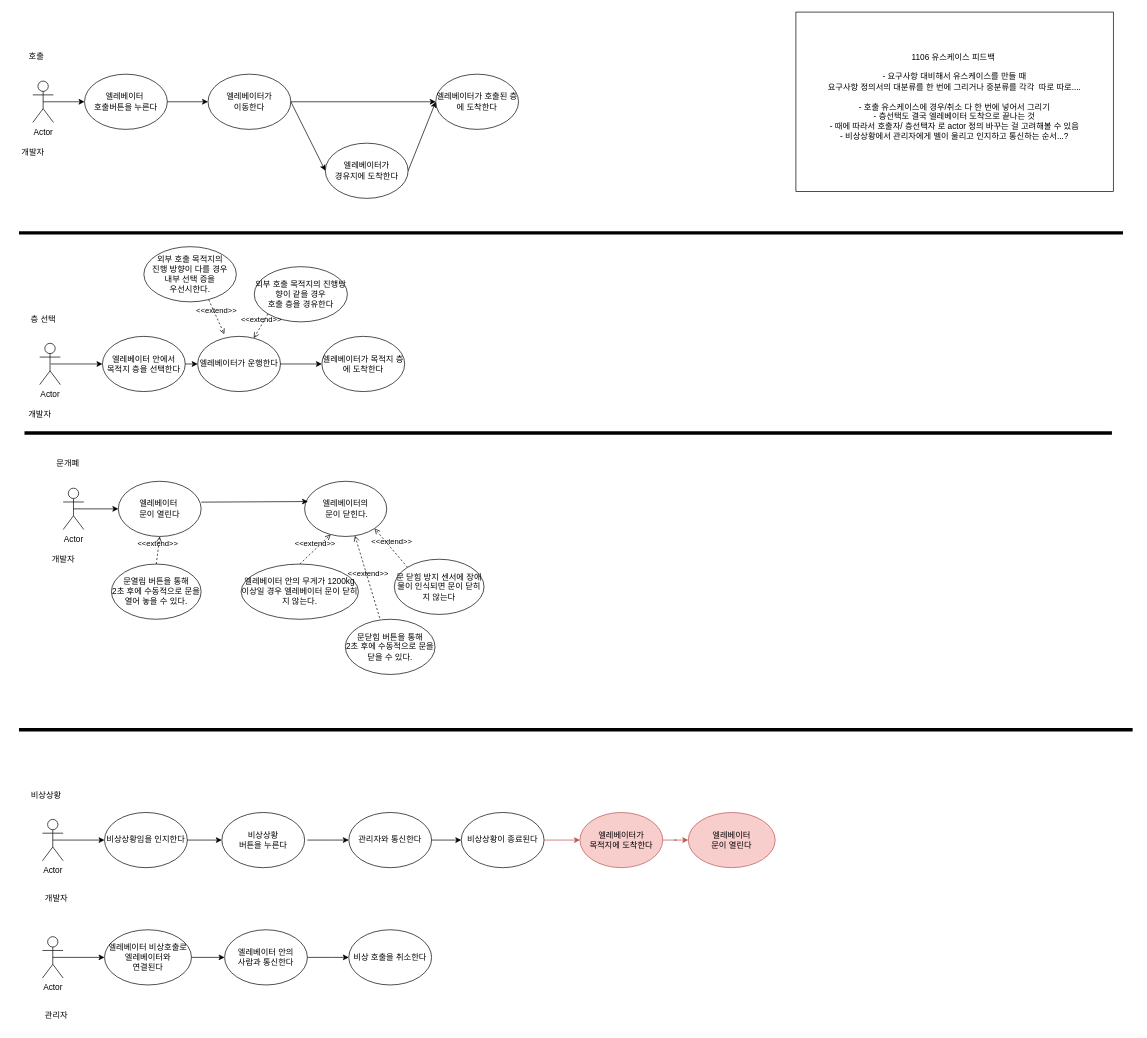
doit0/usecase-diagram keeps this draw.io diagram as page "페이지-3" (2 of 3) of 엘레베이터 유스케이스 그리기 (1102_2).drawio. Above is the earlier version. Source tidied: cells renumbered, new cells numbered last; positions are measured from the earlier drawing's top-left corner, leaving out a move shared by most shapes. Both pictures are drawn from the tidied source at 69%, with x=0, y=0 at pixel (12, 12).
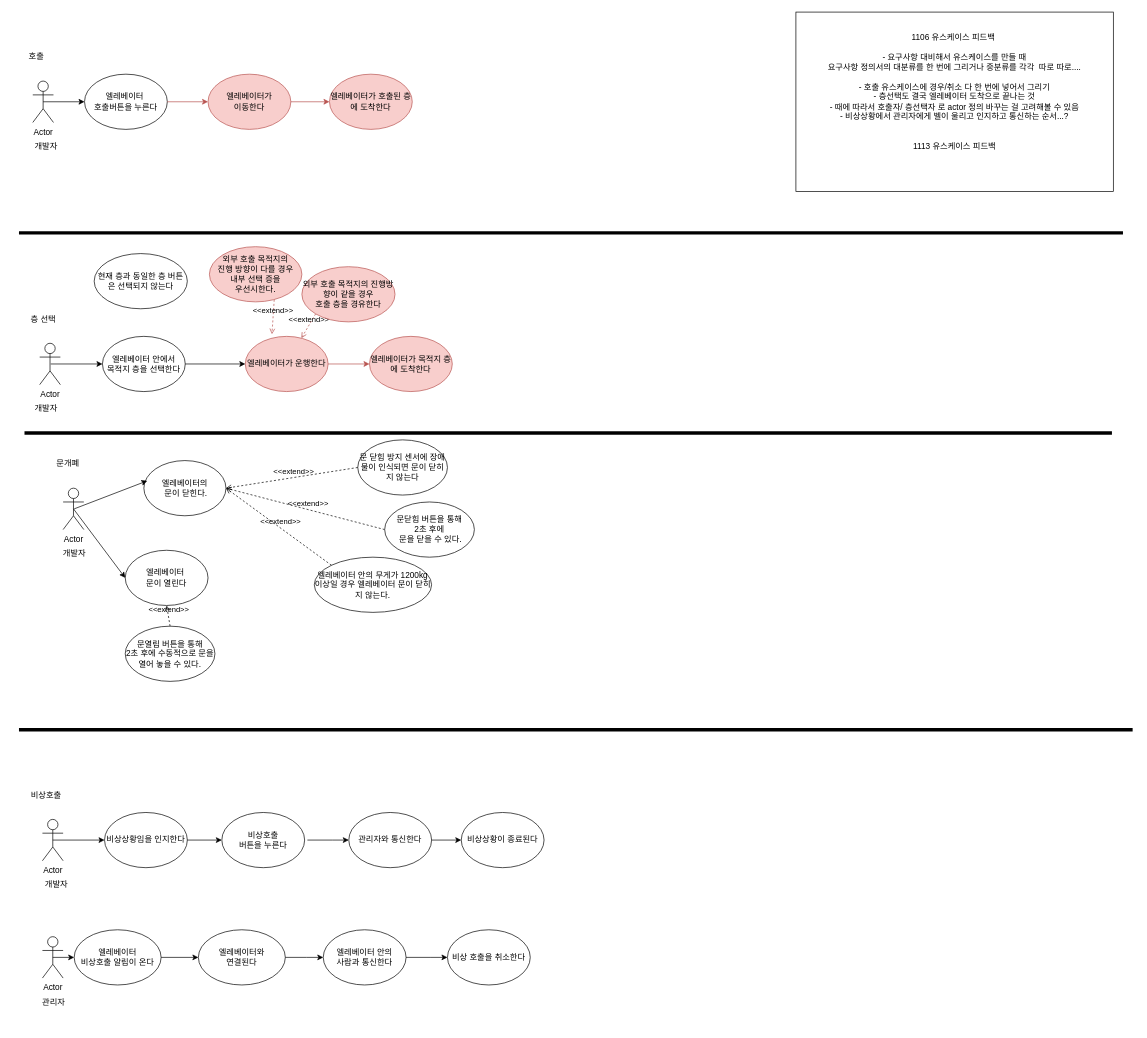
Above is the later version.

Commit message:
엘레베이터 유스케이스 그리기 (1102_2).drawio 업데이트

The change refers to these unchanged cells:
```xml
<mxCell id="14" value="엘레베이터&amp;nbsp;&lt;br&gt;호출버튼을 누른다" style="ellipse;whiteSpace=wrap;html=1;" parent="1" vertex="1">
  <mxGeometry x="105" y="90" width="120" height="80" as="geometry" />
</mxCell>
<mxCell id="20" value="엘레베이터 안에서&lt;br&gt;목적지 층을 선택한다" style="ellipse;whiteSpace=wrap;html=1;" parent="1" vertex="1">
  <mxGeometry x="131" y="470" width="120" height="80" as="geometry" />
</mxCell>
<mxCell id="44" value="Actor" style="shape=umlActor;verticalLabelPosition=bottom;verticalAlign=top;html=1;outlineConnect=0;" parent="1" vertex="1">
  <mxGeometry x="44" y="1340" width="30" height="60" as="geometry" />
</mxCell>
<mxCell id="60" value="비상상황이 종료된다" style="ellipse;whiteSpace=wrap;html=1;" parent="1" vertex="1">
  <mxGeometry x="651" y="1160" width="120" height="80" as="geometry" />
</mxCell>
```

Change to the diagram source:
```diff
@@
-    <mxCell id="3" value="비상상황" style="text;html=1;align=center;verticalAlign=middle;strokeColor=none;fillColor=none;" parent="1" vertex="1">
+    <mxCell id="3" value="비상호출" style="text;html=1;align=center;verticalAlign=middle;strokeColor=none;fillColor=none;" parent="1" vertex="1">
       <mxGeometry x="14" y="1120" width="70" height="30" as="geometry" />
     </mxCell>
-    <mxCell id="4" value="개발자" style="text;html=1;align=center;verticalAlign=middle;strokeColor=none;fillColor=none;" parent="1" vertex="1">
-      <mxGeometry x="34" y="1270" width="60" height="30" as="geometry" />
-    </mxCell>
@@
-    <mxCell id="7" value="개발자" style="text;html=1;align=center;verticalAlign=middle;strokeColor=none;fillColor=none;" parent="1" vertex="1">
-      <mxGeometry y="188" width="60" height="30" as="geometry" />
-    </mxCell>
@@
-    <mxCell id="10" value="개발자" style="text;html=1;align=center;verticalAlign=middle;strokeColor=none;fillColor=none;" parent="1" vertex="1">
-      <mxGeometry x="10" y="568" width="60" height="30" as="geometry" />
-    </mxCell>
@@
     <mxCell id="13" value="개발자" style="text;html=1;align=center;verticalAlign=middle;strokeColor=none;fillColor=none;" parent="1" vertex="1">
-      <mxGeometry x="44" y="778" width="60" height="30" as="geometry" />
+      <mxGeometry x="60" y="770" width="60" height="30" as="geometry" />
     </mxCell>
@@
-    <mxCell id="16" value="엘레베이터가 &lt;br&gt;이동한다" style="ellipse;whiteSpace=wrap;html=1;fontStyle=0;" parent="1" vertex="1">
+    <mxCell id="16" value="엘레베이터가 &lt;br&gt;이동한다" style="ellipse;whiteSpace=wrap;html=1;fontStyle=0;fillColor=#f8cecc;strokeColor=#b85450;" parent="1" vertex="1">
       <mxGeometry x="284" y="90" width="120" height="80" as="geometry" />
     </mxCell>
-    <mxCell id="17" style="endArrow=classic;html=1;rounded=0;entryX=0;entryY=0.5;entryDx=0;entryDy=0;exitX=1;exitY=0.5;exitDx=0;exitDy=0;" parent="1" edge="1" source="14" target="16">
+    <mxCell id="17" style="endArrow=classic;html=1;rounded=0;entryX=0;entryY=0.5;entryDx=0;entryDy=0;exitX=1;exitY=0.5;exitDx=0;exitDy=0;fillColor=#f8cecc;strokeColor=#b85450;" parent="1" edge="1" source="14" target="16">
       <mxGeometry relative="1" as="geometry" />
     </mxCell>
-    <mxCell id="18" value="엘레베이터가 호출된 층에 도착한다" style="ellipse;whiteSpace=wrap;html=1;" parent="1" vertex="1">
-      <mxGeometry x="614" y="90" width="120" height="80" as="geometry" />
+    <mxCell id="18" value="엘레베이터가 호출된 층에 도착한다" style="ellipse;whiteSpace=wrap;html=1;fillColor=#f8cecc;strokeColor=#b85450;" parent="1" vertex="1">
+      <mxGeometry x="460" y="90" width="120" height="80" as="geometry" />
     </mxCell>
-    <mxCell id="19" style="endArrow=classic;html=1;rounded=0;entryX=0;entryY=0.5;entryDx=0;entryDy=0;exitX=1;exitY=0.5;exitDx=0;exitDy=0;" parent="1" edge="1" source="16" target="18">
+    <mxCell id="19" style="endArrow=classic;html=1;rounded=0;entryX=0;entryY=0.5;entryDx=0;entryDy=0;exitX=1;exitY=0.5;exitDx=0;exitDy=0;fillColor=#f8cecc;strokeColor=#b85450;" parent="1" edge="1" source="16" target="18">
       <mxGeometry relative="1" as="geometry" />
     </mxCell>
@@
     <mxCell id="22" value="엘레베이터&amp;nbsp;&lt;br&gt;문이 열린다" style="ellipse;whiteSpace=wrap;html=1;" parent="1" vertex="1">
-      <mxGeometry x="154" y="680" width="120" height="80" as="geometry" />
+      <mxGeometry x="164" y="780" width="120" height="80" as="geometry" />
     </mxCell>
@@
-    <mxCell id="26" value="엘레베이터가 운행한다" style="ellipse;whiteSpace=wrap;html=1;" parent="1" vertex="1">
-      <mxGeometry x="269" y="470" width="120" height="80" as="geometry" />
+    <mxCell id="26" value="엘레베이터가 운행한다" style="ellipse;whiteSpace=wrap;html=1;fillColor=#f8cecc;strokeColor=#b85450;" parent="1" vertex="1">
+      <mxGeometry x="338" y="470" width="120" height="80" as="geometry" />
     </mxCell>
-    <mxCell id="27" style="endArrow=classic;html=1;rounded=0;entryX=0;entryY=0.5;entryDx=0;entryDy=0;" parent="1" edge="1" source="20" target="26">
+    <mxCell id="27" style="endArrow=classic;html=1;rounded=0;entryX=0;entryY=0.5;entryDx=0;entryDy=0;exitX=1;exitY=0.5;exitDx=0;exitDy=0;" parent="1" edge="1" source="20" target="26">
       <mxGeometry relative="1" as="geometry" />
     </mxCell>
-    <mxCell id="28" value="엘레베이터가 목적지 층에 도착한다" style="ellipse;whiteSpace=wrap;html=1;" parent="1" vertex="1">
-      <mxGeometry x="449" y="470" width="120" height="80" as="geometry" />
+    <mxCell id="28" value="엘레베이터가 목적지 층에 도착한다" style="ellipse;whiteSpace=wrap;html=1;fillColor=#f8cecc;strokeColor=#b85450;" parent="1" vertex="1">
+      <mxGeometry x="518" y="470" width="120" height="80" as="geometry" />
     </mxCell>
-    <mxCell id="29" style="endArrow=classic;html=1;rounded=0;entryX=0;entryY=0.5;entryDx=0;entryDy=0;" parent="1" edge="1" source="26" target="28">
+    <mxCell id="29" style="endArrow=classic;html=1;rounded=0;entryX=0;entryY=0.5;entryDx=0;entryDy=0;fillColor=#f8cecc;strokeColor=#b85450;" parent="1" edge="1" source="26" target="28">
       <mxGeometry relative="1" as="geometry" />
     </mxCell>
@@
     <mxCell id="32" value="엘레베이터의&lt;br&gt;&amp;nbsp;문이 닫힌다." style="ellipse;whiteSpace=wrap;html=1;" parent="1" vertex="1">
-      <mxGeometry x="424" y="680" width="119" height="80" as="geometry" />
+      <mxGeometry x="191" y="650" width="119" height="80" as="geometry" />
     </mxCell>
-    <mxCell id="33" style="endArrow=classic;html=1;rounded=0;exitX=1.002;exitY=0.378;exitDx=0;exitDy=0;exitPerimeter=0;entryX=0.041;entryY=0.367;entryDx=0;entryDy=0;entryPerimeter=0;" parent="1" edge="1" source="22" target="32">
-      <mxGeometry relative="1" as="geometry" />
+    <mxCell id="33" style="endArrow=classic;html=1;rounded=0;entryX=0.041;entryY=0.367;entryDx=0;entryDy=0;entryPerimeter=0;" parent="1" edge="1" target="32">
+      <mxGeometry relative="1" as="geometry">
+        <mxPoint x="90" y="720" as="sourcePoint" />
+      </mxGeometry>
     </mxCell>
     <mxCell id="34" value="엘레베이터 안의 무게가 1200kg 이상일 경우 엘레베이터 문이 닫히지 않는다." style="ellipse;whiteSpace=wrap;html=1;" parent="1" vertex="1">
-      <mxGeometry x="332" y="800" width="170" height="80" as="geometry" />
+      <mxGeometry x="438" y="790" width="170" height="80" as="geometry" />
     </mxCell>
@@
     <mxCell id="36" value="문 닫힘 방지 센서에 장애물이 인식되면 문이 닫히지 않는다" style="ellipse;whiteSpace=wrap;html=1;" parent="1" vertex="1">
-      <mxGeometry x="554" y="793" width="130" height="80" as="geometry" />
+      <mxGeometry x="501" y="620" width="130" height="80" as="geometry" />
     </mxCell>
-    <mxCell id="37" value="&amp;lt;&amp;lt;extend&amp;gt;&amp;gt;" style="html=1;verticalAlign=bottom;labelBackgroundColor=none;endArrow=open;endFill=0;dashed=1;rounded=0;exitX=0.701;exitY=0.961;exitDx=0;exitDy=0;entryX=0.322;entryY=-0.039;entryDx=0;entryDy=0;entryPerimeter=0;exitPerimeter=0;" parent="1" edge="1" source="38" target="26">
+    <mxCell id="37" value="&amp;lt;&amp;lt;extend&amp;gt;&amp;gt;" style="html=1;verticalAlign=bottom;labelBackgroundColor=none;endArrow=open;endFill=0;dashed=1;rounded=0;exitX=0.701;exitY=0.961;exitDx=0;exitDy=0;entryX=0.322;entryY=-0.039;entryDx=0;entryDy=0;entryPerimeter=0;exitPerimeter=0;fillColor=#f8cecc;strokeColor=#b85450;" parent="1" edge="1" source="38" target="26">
       <mxGeometry x="-0.03" relative="1" as="geometry" />
     </mxCell>
-    <mxCell id="38" value="외부 호출 목적지의 &lt;br&gt;진행 방향이 다를 경우 &lt;br&gt;내부&amp;nbsp;선택 증을 &lt;br&gt;우선시한다." style="ellipse;whiteSpace=wrap;html=1;" parent="1" vertex="1">
-      <mxGeometry x="191" y="340" width="134" height="80" as="geometry" />
+    <mxCell id="38" value="외부 호출 목적지의 &lt;br&gt;진행 방향이 다를 경우 &lt;br&gt;내부&amp;nbsp;선택 증을 &lt;br&gt;우선시한다." style="ellipse;whiteSpace=wrap;html=1;fillColor=#f8cecc;strokeColor=#b85450;" parent="1" vertex="1">
+      <mxGeometry x="286" y="340" width="134" height="80" as="geometry" />
     </mxCell>
-    <mxCell id="39" value="&amp;lt;&amp;lt;extend&amp;gt;&amp;gt;" style="html=1;verticalAlign=bottom;labelBackgroundColor=none;endArrow=open;endFill=0;dashed=1;rounded=0;exitX=0;exitY=1;exitDx=0;exitDy=0;" parent="1" edge="1" source="40" target="26">
+    <mxCell id="39" value="&amp;lt;&amp;lt;extend&amp;gt;&amp;gt;" style="html=1;verticalAlign=bottom;labelBackgroundColor=none;endArrow=open;endFill=0;dashed=1;rounded=0;exitX=0;exitY=1;exitDx=0;exitDy=0;fillColor=#f8cecc;strokeColor=#b85450;" parent="1" edge="1" source="40" target="26">
       <mxGeometry relative="1" as="geometry" />
     </mxCell>
-    <mxCell id="40" value="외부 호출 목적지의 진행방향이 같을 경우&lt;br&gt;호출 층을 경유한다" style="ellipse;whiteSpace=wrap;html=1;" parent="1" vertex="1">
-      <mxGeometry x="351" y="369" width="135" height="80" as="geometry" />
+    <mxCell id="40" value="외부 호출 목적지의 진행방향이 같을 경우&lt;br&gt;호출 층을 경유한다" style="ellipse;whiteSpace=wrap;html=1;fillColor=#f8cecc;strokeColor=#b85450;" parent="1" vertex="1">
+      <mxGeometry x="420" y="369" width="135" height="80" as="geometry" />
     </mxCell>
     <mxCell id="41" value="문열림 버튼을 통해&lt;br&gt;2초 후에 수동적으로 문을 열어 놓을 수 있다." style="ellipse;whiteSpace=wrap;html=1;" parent="1" vertex="1">
-      <mxGeometry x="144" y="800" width="130" height="80" as="geometry" />
+      <mxGeometry x="164" y="890" width="130" height="80" as="geometry" />
     </mxCell>
@@
-    <mxCell id="43" value="비상상황&lt;br&gt;버튼을 누른다" style="ellipse;whiteSpace=wrap;html=1;" parent="1" vertex="1">
+    <mxCell id="43" value="비상호출&lt;br&gt;버튼을 누른다" style="ellipse;whiteSpace=wrap;html=1;" parent="1" vertex="1">
       <mxGeometry x="304" y="1160" width="120" height="80" as="geometry" />
     </mxCell>
@@
     <mxCell id="45" value="관리자" style="text;html=1;align=center;verticalAlign=middle;strokeColor=none;fillColor=none;" parent="1" vertex="1">
-      <mxGeometry x="34" y="1440" width="60" height="30" as="geometry" />
+      <mxGeometry x="30" y="1420" width="60" height="30" as="geometry" />
     </mxCell>
-    <mxCell id="46" value="엘레베이터 비상호출로 엘레베이터와 &lt;br&gt;연결된다" style="ellipse;whiteSpace=wrap;html=1;" parent="1" vertex="1">
-      <mxGeometry x="134" y="1330" width="126" height="80" as="geometry" />
+    <mxCell id="46" value="엘레베이터와 &lt;br&gt;연결된다" style="ellipse;whiteSpace=wrap;html=1;" parent="1" vertex="1">
+      <mxGeometry x="270" y="1330" width="126" height="80" as="geometry" />
     </mxCell>
-    <mxCell id="47" style="endArrow=classic;html=1;rounded=0;exitX=0.5;exitY=0.5;exitDx=0;exitDy=0;exitPerimeter=0;entryX=0;entryY=0.5;entryDx=0;entryDy=0;" parent="1" edge="1" source="44" target="46">
+    <mxCell id="47" style="endArrow=classic;html=1;rounded=0;exitX=0.5;exitY=0.5;exitDx=0;exitDy=0;exitPerimeter=0;entryX=0;entryY=0.5;entryDx=0;entryDy=0;" parent="1" edge="1" source="71" target="46">
       <mxGeometry relative="1" as="geometry" />
     </mxCell>
     <mxCell id="48" style="endArrow=classic;html=1;rounded=0;entryX=0;entryY=0.5;entryDx=0;entryDy=0;exitX=1;exitY=0.5;exitDx=0;exitDy=0;" parent="1" edge="1" source="46" target="49">
       <mxGeometry relative="1" as="geometry">
         <Array as="points">
-          <mxPoint x="284" y="1370" />
+          <mxPoint x="427" y="1370" />
         </Array>
       </mxGeometry>
     </mxCell>
     <mxCell id="49" value="엘레베이터 안의 &lt;br&gt;사람과 통신한다" style="ellipse;whiteSpace=wrap;html=1;" parent="1" vertex="1">
-      <mxGeometry x="308" y="1330" width="120" height="80" as="geometry" />
+      <mxGeometry x="451" y="1330" width="120" height="80" as="geometry" />
     </mxCell>
     <mxCell id="50" style="endArrow=classic;html=1;rounded=0;entryX=0;entryY=0.5;entryDx=0;entryDy=0;exitX=1;exitY=0.5;exitDx=0;exitDy=0;" parent="1" edge="1" source="49" target="51">
       <mxGeometry relative="1" as="geometry">
         <Array as="points">
-          <mxPoint x="464" y="1370" />
+          <mxPoint x="607" y="1370" />
         </Array>
       </mxGeometry>
     </mxCell>
     <mxCell id="51" value="비상 호출을 취소한다" style="ellipse;whiteSpace=wrap;html=1;" parent="1" vertex="1">
-      <mxGeometry x="488" y="1330" width="120" height="80" as="geometry" />
+      <mxGeometry x="631" y="1330" width="120" height="80" as="geometry" />
     </mxCell>
@@
-    <mxCell id="56" value="&amp;lt;&amp;lt;extend&amp;gt;&amp;gt;" style="html=1;verticalAlign=bottom;labelBackgroundColor=none;endArrow=open;endFill=0;dashed=1;rounded=0;exitX=0.5;exitY=0;exitDx=0;exitDy=0;entryX=0.317;entryY=0.965;entryDx=0;entryDy=0;entryPerimeter=0;" parent="1" edge="1" source="34" target="32">
+    <mxCell id="56" value="&amp;lt;&amp;lt;extend&amp;gt;&amp;gt;" style="html=1;verticalAlign=bottom;labelBackgroundColor=none;endArrow=open;endFill=0;dashed=1;rounded=0;exitX=0;exitY=0;exitDx=0;exitDy=0;entryX=1;entryY=0.5;entryDx=0;entryDy=0;" parent="1" edge="1" source="34" target="32">
       <mxGeometry x="-0.03" relative="1" as="geometry" />
     </mxCell>
-    <mxCell id="57" value="&amp;lt;&amp;lt;extend&amp;gt;&amp;gt;" style="html=1;verticalAlign=bottom;labelBackgroundColor=none;endArrow=open;endFill=0;dashed=1;rounded=0;entryX=0.613;entryY=0.986;entryDx=0;entryDy=0;entryPerimeter=0;exitX=0.396;exitY=0.047;exitDx=0;exitDy=0;exitPerimeter=0;" parent="1" edge="1" source="58" target="32">
+    <mxCell id="57" value="&amp;lt;&amp;lt;extend&amp;gt;&amp;gt;" style="html=1;verticalAlign=bottom;labelBackgroundColor=none;endArrow=open;endFill=0;dashed=1;rounded=0;entryX=1;entryY=0.5;entryDx=0;entryDy=0;exitX=0;exitY=0.5;exitDx=0;exitDy=0;" parent="1" edge="1" source="58" target="32">
       <mxGeometry x="-0.03" relative="1" as="geometry" />
     </mxCell>
-    <mxCell id="58" value="문닫힘 버튼을 통해&lt;br&gt;2초 후에 수동적으로 문을 닫을 수 있다." style="ellipse;whiteSpace=wrap;html=1;" parent="1" vertex="1">
-      <mxGeometry x="483" y="880" width="130" height="80" as="geometry" />
+    <mxCell id="58" value="문닫힘 버튼을 통해&lt;br&gt;2초 후에&lt;br&gt;&amp;nbsp;문을 닫을 수 있다." style="ellipse;whiteSpace=wrap;html=1;" parent="1" vertex="1">
+      <mxGeometry x="540" y="710" width="130" height="80" as="geometry" />
     </mxCell>
-    <mxCell id="59" value="&amp;lt;&amp;lt;extend&amp;gt;&amp;gt;" style="html=1;verticalAlign=bottom;labelBackgroundColor=none;endArrow=open;endFill=0;dashed=1;rounded=0;exitX=0;exitY=0;exitDx=0;exitDy=0;entryX=1;entryY=1;entryDx=0;entryDy=0;" parent="1" edge="1" source="36" target="32">
+    <mxCell id="59" value="&amp;lt;&amp;lt;extend&amp;gt;&amp;gt;" style="html=1;verticalAlign=bottom;labelBackgroundColor=none;endArrow=open;endFill=0;dashed=1;rounded=0;exitX=0;exitY=0.5;exitDx=0;exitDy=0;entryX=1;entryY=0.5;entryDx=0;entryDy=0;" parent="1" edge="1" source="36" target="32">
       <mxGeometry x="-0.03" relative="1" as="geometry" />
     </mxCell>
@@
-    <mxCell id="61" value="엘레베이터가&lt;br&gt;경유지에 도착한다" style="ellipse;whiteSpace=wrap;html=1;" parent="1" vertex="1">
-      <mxGeometry x="454" y="190" width="120" height="80" as="geometry" />
-    </mxCell>
-    <mxCell id="62" style="endArrow=classic;html=1;rounded=0;entryX=0;entryY=0.5;entryDx=0;entryDy=0;exitX=1;exitY=0.5;exitDx=0;exitDy=0;" parent="1" edge="1" source="16" target="61">
-      <mxGeometry relative="1" as="geometry" />
-    </mxCell>
-    <mxCell id="63" style="endArrow=classic;html=1;rounded=0;entryX=0;entryY=0.5;entryDx=0;entryDy=0;exitX=1;exitY=0.5;exitDx=0;exitDy=0;" parent="1" edge="1" source="61" target="18">
-      <mxGeometry relative="1" as="geometry" />
-    </mxCell>
-    <mxCell id="64" value="&lt;div&gt;1106 유스케이스 피드백&amp;nbsp;&lt;/div&gt;&lt;div&gt;&lt;br&gt;&lt;/div&gt;&lt;div&gt;- 요구사항 대비해서 유스케이스를 만들 때&lt;/div&gt;&lt;div&gt;요구사항 정의서의 대분류를 한 번에 그리거나 중분류를 각각&amp;nbsp; 따로 따로....&lt;/div&gt;&lt;div&gt;&lt;br&gt;&lt;/div&gt;&lt;div&gt;- 호출 유스케이스에 경우/취소 다 한 번에 넣어서 그리기&lt;/div&gt;&lt;div&gt;- 층선택도 결국 엘레베이터 도착으로 끝나는 것&lt;/div&gt;&lt;div&gt;- 때에 따라서 호출자/ 층선택자 로 actor 정의 바꾸는 걸 고려해볼 수 있음&lt;/div&gt;&lt;div&gt;- 비상상황에서 관리자에게 벨이 울리고 인지하고 통신하는 순서...?&lt;/div&gt;&lt;div&gt;&lt;br&gt;&lt;/div&gt;" style="rounded=0;whiteSpace=wrap;html=1;" parent="1" vertex="1">
+    <mxCell id="64" value="&lt;div&gt;1106 유스케이스 피드백&amp;nbsp;&lt;/div&gt;&lt;div&gt;&lt;br&gt;&lt;/div&gt;&lt;div&gt;- 요구사항 대비해서 유스케이스를 만들 때&lt;/div&gt;&lt;div&gt;요구사항 정의서의 대분류를 한 번에 그리거나 중분류를 각각&amp;nbsp; 따로 따로....&lt;/div&gt;&lt;div&gt;&lt;br&gt;&lt;/div&gt;&lt;div&gt;- 호출 유스케이스에 경우/취소 다 한 번에 넣어서 그리기&lt;/div&gt;&lt;div&gt;- 층선택도 결국 엘레베이터 도착으로 끝나는 것&lt;/div&gt;&lt;div&gt;- 때에 따라서 호출자/ 층선택자 로 actor 정의 바꾸는 걸 고려해볼 수 있음&lt;/div&gt;&lt;div&gt;- 비상상황에서 관리자에게 벨이 울리고 인지하고 통신하는 순서...?&lt;/div&gt;&lt;div&gt;&lt;br&gt;&lt;/div&gt;&lt;div&gt;&lt;br&gt;&lt;/div&gt;&lt;div&gt;1113 유스케이스 피드백&lt;/div&gt;&lt;div&gt;&lt;br&gt;&lt;/div&gt;&lt;div&gt;&lt;br&gt;&lt;/div&gt;" style="rounded=0;whiteSpace=wrap;html=1;" parent="1" vertex="1">
       <mxGeometry x="1136" width="460" height="260" as="geometry" />
     </mxCell>
-    <mxCell id="65" style="edgeStyle=orthogonalEdgeStyle;rounded=0;jettySize=auto;html=1;exitX=1;exitY=0.5;exitDx=0;exitDy=0;fillColor=#f8cecc;strokeColor=#b85450;" parent="1" edge="1" source="60" target="66">
-      <mxGeometry relative="1" as="geometry" />
-    </mxCell>
-    <mxCell id="66" value="엘레베이터가&lt;br&gt;목적지에 도착한다" style="ellipse;whiteSpace=wrap;html=1;fillColor=#f8cecc;strokeColor=#b85450;" parent="1" vertex="1">
-      <mxGeometry x="823" y="1160" width="120" height="80" as="geometry" />
-    </mxCell>
-    <mxCell id="67" style="edgeStyle=orthogonalEdgeStyle;rounded=0;jettySize=auto;html=1;exitX=1;exitY=0.5;exitDx=0;exitDy=0;fillColor=#f8cecc;strokeColor=#b85450;" parent="1" edge="1" source="66" target="68">
-      <mxGeometry relative="1" as="geometry" />
-    </mxCell>
-    <mxCell id="68" value="엘레베이터 &lt;br&gt;문이 열린다" style="ellipse;whiteSpace=wrap;html=1;fillColor=#f8cecc;strokeColor=#b85450;" parent="1" vertex="1">
-      <mxGeometry x="980" y="1160" width="126" height="80" as="geometry" />
-    </mxCell>
+    <mxCell id="69" value="현재 층과 동일한 층 버튼은 선택되지 않는다" style="ellipse;whiteSpace=wrap;html=1;" parent="1" vertex="1">
+      <mxGeometry x="119" y="350" width="135" height="80" as="geometry" />
+    </mxCell>
+    <mxCell id="70" style="endArrow=classic;html=1;rounded=0;exitX=0.5;exitY=0.5;exitDx=0;exitDy=0;exitPerimeter=0;entryX=0;entryY=0.5;entryDx=0;entryDy=0;" parent="1" edge="1" source="44" target="71">
+      <mxGeometry relative="1" as="geometry" />
+    </mxCell>
+    <mxCell id="71" value="엘레베이터&lt;br&gt;비상호출 알림이 온다" style="ellipse;whiteSpace=wrap;html=1;" parent="1" vertex="1">
+      <mxGeometry x="90" y="1330" width="126" height="80" as="geometry" />
+    </mxCell>
+    <mxCell id="72" value="개발자" style="text;html=1;align=center;verticalAlign=middle;strokeColor=none;fillColor=none;" parent="1" vertex="1">
+      <mxGeometry x="34" y="1250" width="60" height="30" as="geometry" />
+    </mxCell>
+    <mxCell id="73" value="개발자" style="text;html=1;align=center;verticalAlign=middle;strokeColor=none;fillColor=none;" parent="1" vertex="1">
+      <mxGeometry x="19" y="180" width="60" height="30" as="geometry" />
+    </mxCell>
+    <mxCell id="74" value="개발자" style="text;html=1;align=center;verticalAlign=middle;strokeColor=none;fillColor=none;" parent="1" vertex="1">
+      <mxGeometry x="19" y="560" width="60" height="30" as="geometry" />
+    </mxCell>
```
